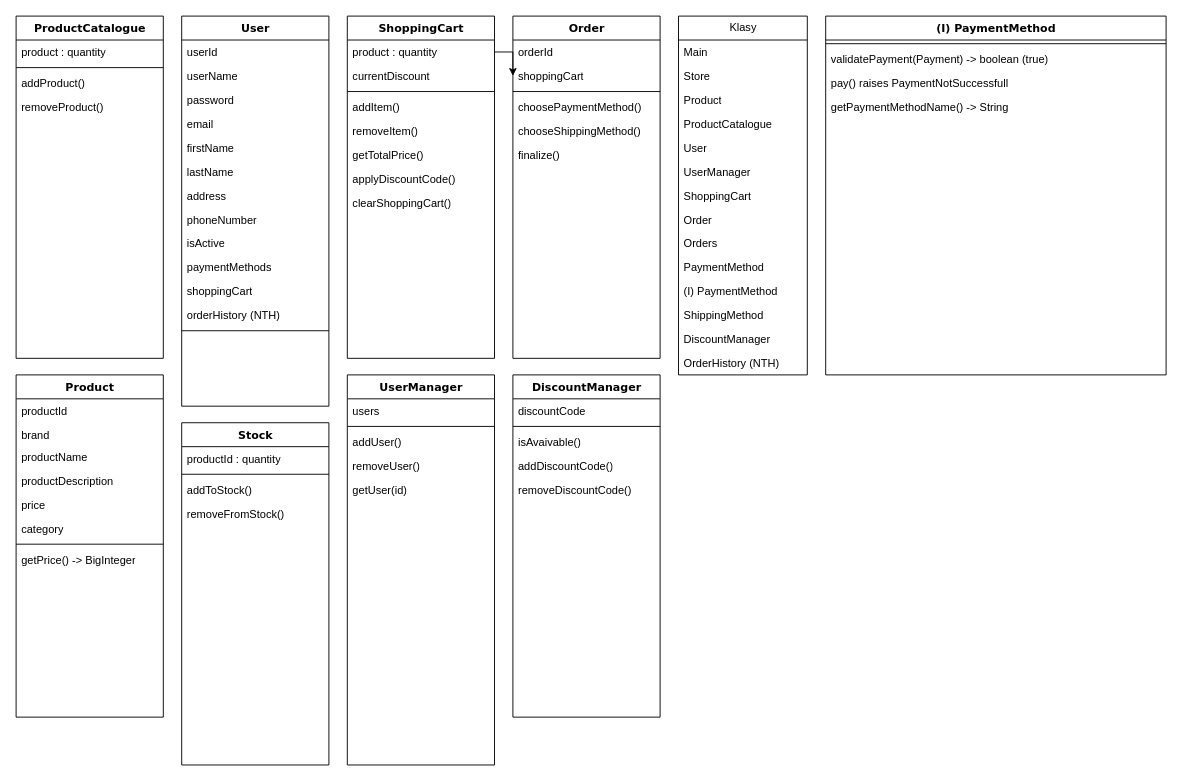
The draw.io diagram Diagram bez tytułu.drawio in barokimPL/drawIoProjekt, before the edit. Source tidied: cells renumbered, new cells numbered last; positions are measured from the earlier drawing's top-left corner, leaving out a move shared by most shapes. Both pictures are drawn from the tidied source at 92%, with x=0, y=0 at pixel (16, 16).
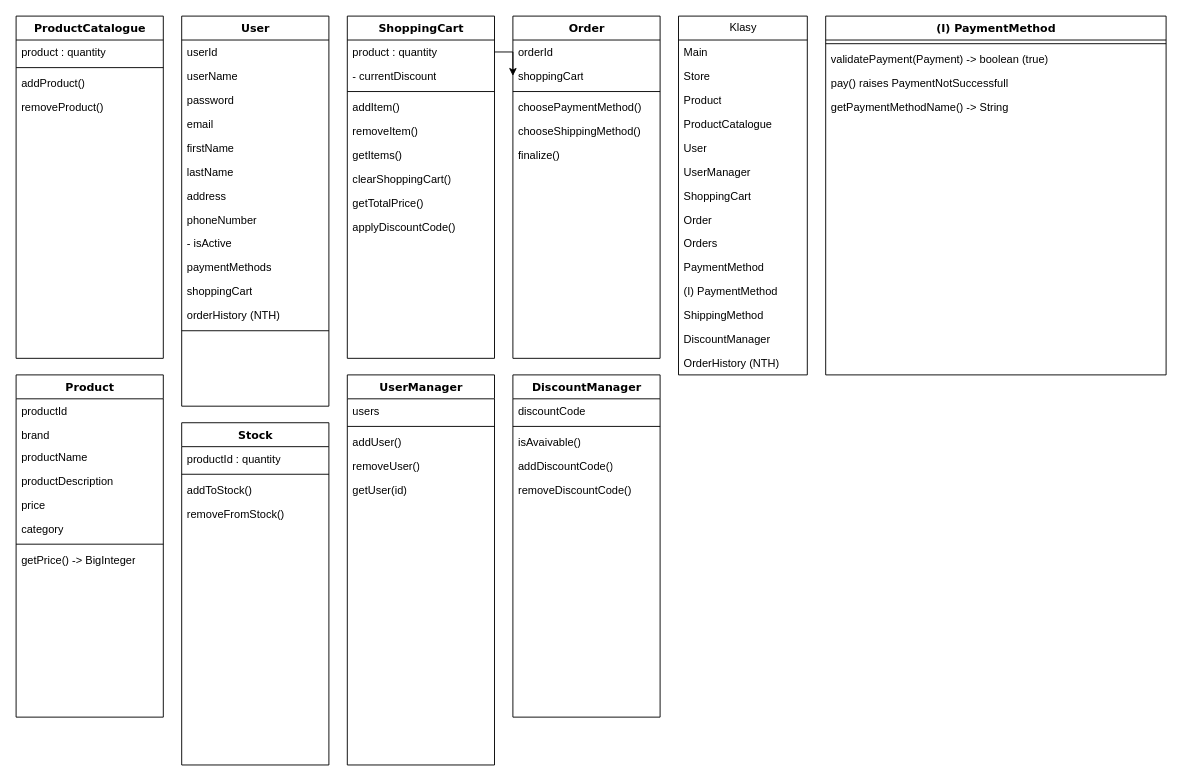
The same diagram, later.

The change refers to these unchanged cells:
```xml
<mxCell id="2" value="User" style="swimlane;html=1;fontStyle=1;align=center;verticalAlign=top;horizontal=1;startSize=26;swimlaneFillColor=#ffffff;rounded=0;shadow=0;comic=0;labelBackgroundColor=none;strokeWidth=1;fillColor=none;fontFamily=Verdana;fontSize=12;" parent="1" vertex="1">
  <mxGeometry x="180" width="160" height="424" as="geometry" />
</mxCell>
<mxCell id="50" value="ShoppingCart" style="swimlane;html=1;fontStyle=1;align=center;verticalAlign=top;horizontal=1;startSize=26;swimlaneFillColor=#ffffff;rounded=0;shadow=0;comic=0;labelBackgroundColor=none;strokeWidth=1;fillColor=none;fontFamily=Verdana;fontSize=12;" parent="1" vertex="1">
  <mxGeometry x="360" width="160" height="372" as="geometry" />
</mxCell>
```

What changed in the source:
```diff
@@
-    <mxCell id="11" value="isActive" style="text;html=1;strokeColor=none;fillColor=none;align=left;verticalAlign=top;spacingLeft=4;spacingRight=4;whiteSpace=wrap;overflow=hidden;" parent="2" vertex="1">
+    <mxCell id="11" value="- isActive" style="text;html=1;strokeColor=none;fillColor=none;align=left;verticalAlign=top;spacingLeft=4;spacingRight=4;whiteSpace=wrap;overflow=hidden;" parent="2" vertex="1">
       <mxGeometry y="234" width="160" height="26" as="geometry" />
     </mxCell>
@@
-    <mxCell id="52" value="currentDiscount" style="text;html=1;strokeColor=none;fillColor=none;align=left;verticalAlign=top;spacingLeft=4;spacingRight=4;whiteSpace=wrap;overflow=hidden;" parent="50" vertex="1">
+    <mxCell id="52" value="- currentDiscount" style="text;html=1;strokeColor=none;fillColor=none;align=left;verticalAlign=top;spacingLeft=4;spacingRight=4;whiteSpace=wrap;overflow=hidden;" parent="50" vertex="1">
       <mxGeometry y="52" width="160" height="26" as="geometry" />
     </mxCell>
@@
+    <mxCell id="93" value="getItems()" style="text;html=1;strokeColor=none;fillColor=none;align=left;verticalAlign=top;spacingLeft=4;spacingRight=4;whiteSpace=wrap;overflow=hidden;" parent="50" vertex="1">
+      <mxGeometry y="138" width="160" height="26" as="geometry" />
+    </mxCell>
+    <mxCell id="58" value="clearShoppingCart()" style="text;html=1;strokeColor=none;fillColor=none;align=left;verticalAlign=top;spacingLeft=4;spacingRight=4;whiteSpace=wrap;overflow=hidden;" parent="50" vertex="1">
+      <mxGeometry y="164" width="160" height="26" as="geometry" />
+    </mxCell>
     <mxCell id="56" value="getTotalPrice()" style="text;html=1;strokeColor=none;fillColor=none;align=left;verticalAlign=top;spacingLeft=4;spacingRight=4;whiteSpace=wrap;overflow=hidden;" parent="50" vertex="1">
-      <mxGeometry y="138" width="160" height="26" as="geometry" />
+      <mxGeometry y="190" width="160" height="26" as="geometry" />
     </mxCell>
     <mxCell id="57" value="applyDiscountCode()" style="text;html=1;strokeColor=none;fillColor=none;align=left;verticalAlign=top;spacingLeft=4;spacingRight=4;whiteSpace=wrap;overflow=hidden;" parent="50" vertex="1">
-      <mxGeometry y="164" width="160" height="26" as="geometry" />
+      <mxGeometry y="216" width="160" height="26" as="geometry" />
     </mxCell>
-    <mxCell id="58" value="clearShoppingCart()" style="text;html=1;strokeColor=none;fillColor=none;align=left;verticalAlign=top;spacingLeft=4;spacingRight=4;whiteSpace=wrap;overflow=hidden;" parent="50" vertex="1">
-      <mxGeometry y="190" width="160" height="26" as="geometry" />
-    </mxCell>
```
